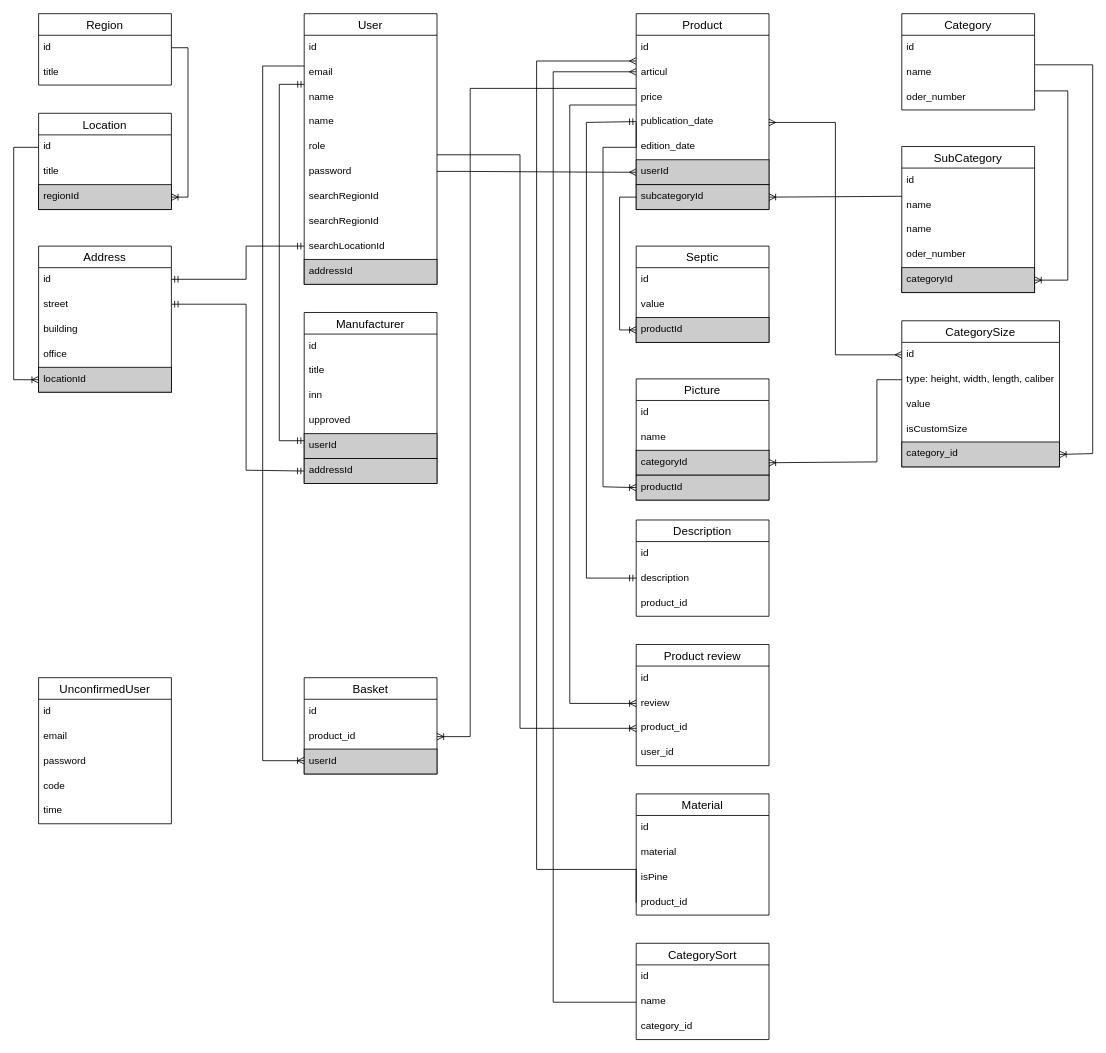
alexeyk500/lesopilka_backend keeps this draw.io diagram as lesopilka.drawio. Above is the earlier version. Source tidied: cells renumbered, new cells numbered last; positions are measured from the earlier drawing's top-left corner, leaving out a move shared by most shapes. Both pictures are drawn from the tidied source at 83%, with x=0, y=0 at pixel (13, 13).
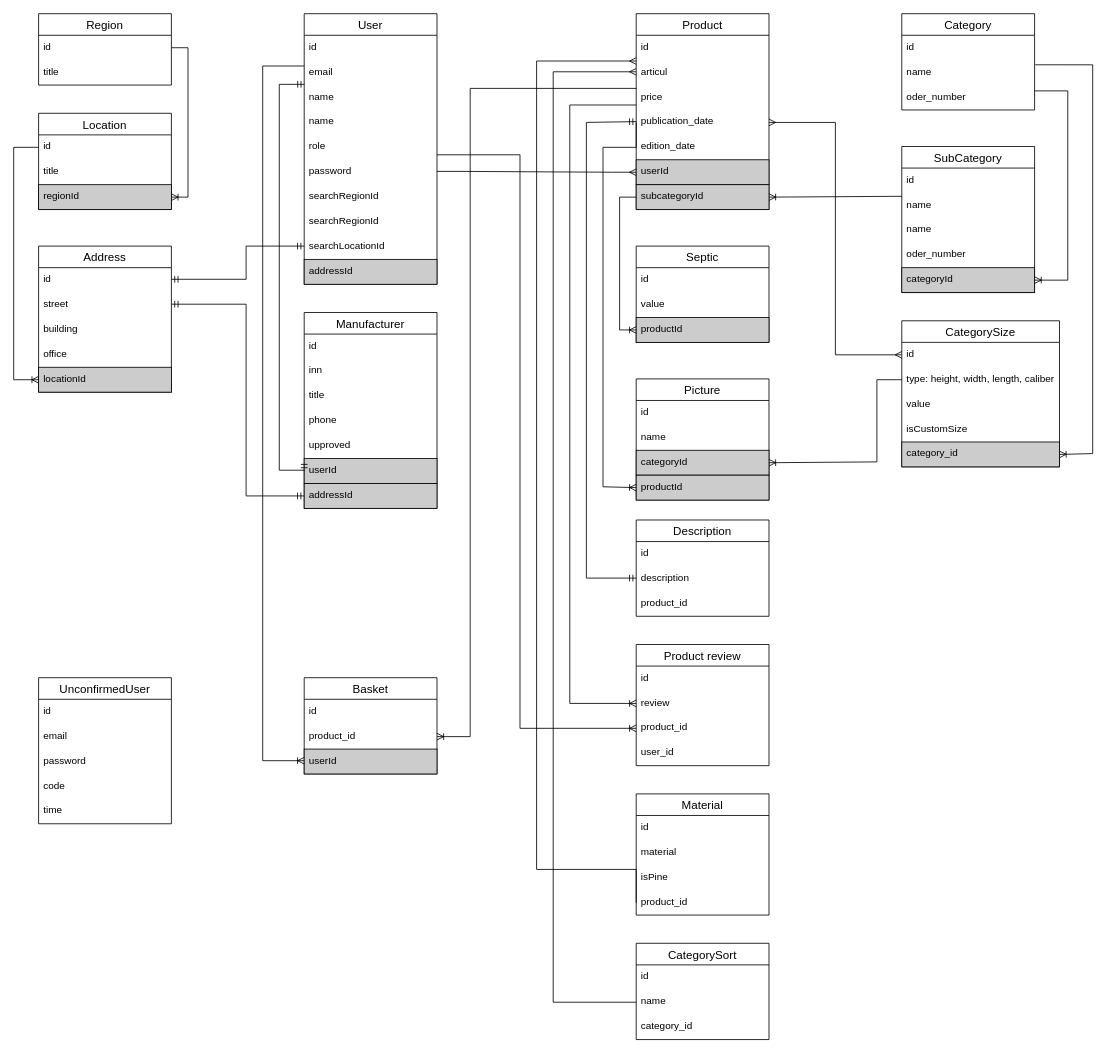
The same diagram, later.

The change refers to these unchanged cells:
```xml
<mxCell id="18" value="name" style="text;strokeColor=none;fillColor=none;spacingLeft=4;spacingRight=4;overflow=hidden;points=[[0,0.5],[1,0.5]];portConstraint=eastwest;fontSize=12;" parent="15" vertex="1">
  <mxGeometry y="86" width="160" height="30" as="geometry" />
</mxCell>
```

Diff of the diagram source:
```diff
@@
     <mxCell id="104" value="Manufacturer" style="swimlane;fontStyle=0;horizontal=1;startSize=26;align=center;fontSize=14;" parent="1" vertex="1">
-      <mxGeometry x="350" y="360" width="160" height="206" as="geometry" />
+      <mxGeometry x="350" y="360" width="160" height="236" as="geometry" />
     </mxCell>
@@
+    <mxCell id="107" value="inn" style="text;strokeColor=none;fillColor=none;spacingLeft=4;spacingRight=4;overflow=hidden;fontSize=12;" parent="104" vertex="1">
+      <mxGeometry y="56" width="160" height="30" as="geometry" />
+    </mxCell>
     <mxCell id="106" value="title" style="text;strokeColor=none;fillColor=none;spacingLeft=4;spacingRight=4;overflow=hidden;fontSize=12;" parent="104" vertex="1">
-      <mxGeometry y="56" width="160" height="30" as="geometry" />
+      <mxGeometry y="86" width="160" height="30" as="geometry" />
     </mxCell>
-    <mxCell id="107" value="inn" style="text;strokeColor=none;fillColor=none;spacingLeft=4;spacingRight=4;overflow=hidden;fontSize=12;" parent="104" vertex="1">
-      <mxGeometry y="86" width="160" height="30" as="geometry" />
-    </mxCell>
+    <mxCell id="114" value="phone" style="text;strokeColor=none;fillColor=none;spacingLeft=4;spacingRight=4;overflow=hidden;fontSize=12;" parent="104" vertex="1">
+      <mxGeometry y="116" width="160" height="30" as="geometry" />
+    </mxCell>
     <mxCell id="108" value="upproved" style="text;strokeColor=none;fillColor=none;spacingLeft=4;spacingRight=4;overflow=hidden;fontSize=12;" parent="104" vertex="1">
-      <mxGeometry y="116" width="160" height="30" as="geometry" />
+      <mxGeometry y="146" width="160" height="30" as="geometry" />
     </mxCell>
     <mxCell id="109" value="userId&#10;" style="text;spacingLeft=4;spacingRight=4;overflow=hidden;points=[[0,0.5],[1,0.5]];portConstraint=eastwest;fontSize=12;fillColor=#CCCCCC;strokeColor=default;" parent="104" vertex="1">
-      <mxGeometry y="146" width="160" height="30" as="geometry" />
+      <mxGeometry y="176" width="160" height="30" as="geometry" />
     </mxCell>
     <mxCell id="110" value="addressId" style="text;spacingLeft=4;spacingRight=4;overflow=hidden;points=[[0,0.5],[1,0.5]];portConstraint=eastwest;fontSize=12;fillColor=#CCCCCC;strokeColor=default;" parent="104" vertex="1">
-      <mxGeometry y="176" width="160" height="30" as="geometry" />
+      <mxGeometry y="206" width="160" height="30" as="geometry" />
     </mxCell>
@@
     <mxCell id="112" style="edgeStyle=orthogonalEdgeStyle;fontSize=12;html=1;endArrow=ERmandOne;startArrow=ERmandOne;rounded=0;entryX=0;entryY=0.5;entryDx=0;entryDy=0;" parent="1" edge="1" target="110">
       <mxGeometry relative="1" as="geometry">
         <mxPoint x="190" y="350" as="sourcePoint" />
         <Array as="points">
           <mxPoint x="280" y="350" />
-          <mxPoint x="280" y="550" />
-          <mxPoint x="350" y="550" />
+          <mxPoint x="280" y="581" />
         </Array>
       </mxGeometry>
     </mxCell>
-    <mxCell id="113" style="edgeStyle=orthogonalEdgeStyle;fontSize=12;html=1;endArrow=ERmandOne;startArrow=ERmandOne;rounded=0;entryX=0.001;entryY=-0.029;entryDx=0;entryDy=0;entryPerimeter=0;exitX=0;exitY=0.75;exitDx=0;exitDy=0;" parent="1" edge="1" source="104" target="18">
+    <mxCell id="113" style="edgeStyle=orthogonalEdgeStyle;fontSize=12;html=1;endArrow=ERmandOne;startArrow=ERmandOne;rounded=0;entryX=0.001;entryY=-0.029;entryDx=0;entryDy=0;entryPerimeter=0;exitX=0;exitY=0.5;exitDx=0;exitDy=0;" parent="1" edge="1" source="109" target="18">
       <mxGeometry relative="1" as="geometry">
         <Array as="points">
-          <mxPoint x="320" y="515" />
+          <mxPoint x="320" y="550" />
           <mxPoint x="320" y="85" />
         </Array>
       </mxGeometry>
     </mxCell>
```
